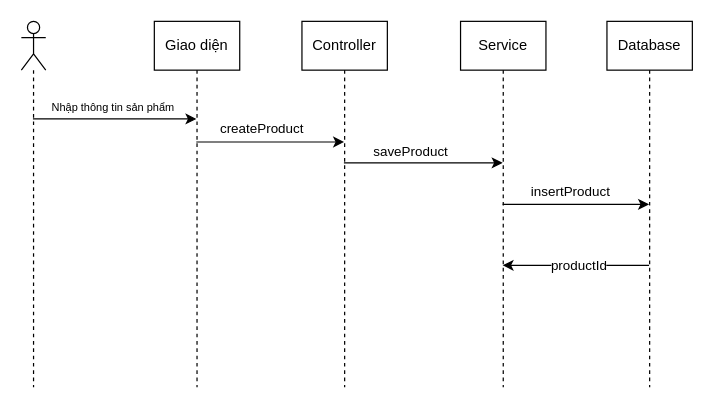
Earlier version of the draw.io diagram page "Trang-7" (7 of 7) of shitttt.drawio (Ly-Tien-Dat/doantt). Source tidied: cells renumbered, new cells numbered last; positions are measured from the earlier drawing's top-left corner, leaving out a move shared by most shapes. Both pictures are drawn from the tidied source at 122%, with x=0, y=0 at pixel (21, 21).
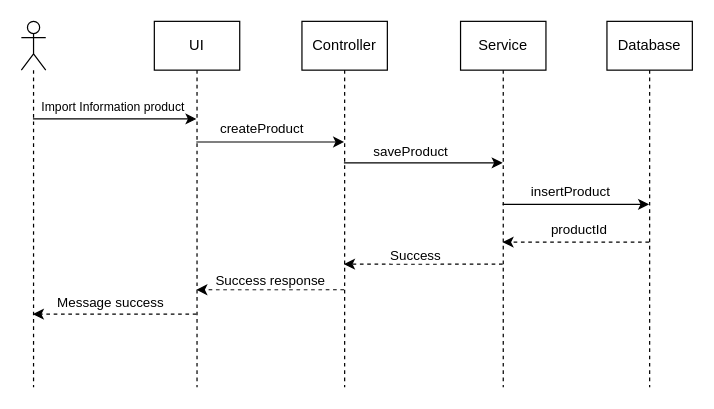
After the change.

Commit message (it also covers changes not shown here):
Cập nhật shitttt.drawio

The change refers to these unchanged cells:
```xml
<mxCell id="2" style="edgeStyle=orthogonalEdgeStyle;rounded=0;jettySize=auto;html=1;curved=0;" parent="1" edge="1" source="4" target="7">
  <mxGeometry relative="1" as="geometry">
    <Array as="points">
      <mxPoint x="70" y="80" />
      <mxPoint x="70" y="80" />
    </Array>
  </mxGeometry>
</mxCell>
<mxCell id="4" style="shape=umlLifeline;perimeter=lifelinePerimeter;whiteSpace=wrap;html=1;outlineConnect=0;portConstraint=eastwest;newEdgeStyle={&quot;curved&quot;:0,&quot;rounded&quot;:0};participant=umlActor;" parent="1" vertex="1">
  <mxGeometry width="20" height="300" as="geometry" />
</mxCell>
<mxCell id="13" value="Service" style="shape=umlLifeline;perimeter=lifelinePerimeter;whiteSpace=wrap;html=1;outlineConnect=0;portConstraint=eastwest;newEdgeStyle={&quot;curved&quot;:0,&quot;rounded&quot;:0};" parent="1" vertex="1">
  <mxGeometry x="360" width="70" height="300" as="geometry" />
</mxCell>
<mxCell id="16" value="Database" style="shape=umlLifeline;perimeter=lifelinePerimeter;whiteSpace=wrap;html=1;outlineConnect=0;portConstraint=eastwest;newEdgeStyle={&quot;curved&quot;:0,&quot;rounded&quot;:0};" parent="1" vertex="1">
  <mxGeometry x="480" width="70" height="300" as="geometry" />
</mxCell>
```

The edit, as a diff of the source:
```diff
@@
-    <mxCell id="3" value="&lt;font style=&quot;font-size: 9px;&quot;&gt;Nhập thông tin sản phẩm&lt;/font&gt;" style="edgeLabel;html=1;align=center;verticalAlign=middle;" parent="2" vertex="1">
+    <mxCell id="3" value="&lt;font size=&quot;1&quot;&gt;Import Information product&lt;/font&gt;" style="edgeLabel;html=1;align=center;verticalAlign=middle;" parent="2" vertex="1">
       <mxGeometry x="-0.03" y="-1" relative="1" as="geometry">
         <mxPoint y="-12" as="offset" />
       </mxGeometry>
     </mxCell>
@@
+    <mxCell id="17" style="edgeStyle=orthogonalEdgeStyle;rounded=0;jettySize=auto;html=1;curved=0;dashed=1;" parent="1" edge="1" source="7" target="4">
+      <mxGeometry relative="1" as="geometry">
+        <Array as="points">
+          <mxPoint x="80" y="240" />
+          <mxPoint x="80" y="240" />
+        </Array>
+      </mxGeometry>
+    </mxCell>
+    <mxCell id="18" value="Message success" style="edgeLabel;html=1;align=center;verticalAlign=middle;" parent="17" vertex="1">
+      <mxGeometry x="0.06" y="2" relative="1" as="geometry">
+        <mxPoint y="-12" as="offset" />
+      </mxGeometry>
+    </mxCell>
-    <mxCell id="7" value="Giao diện" style="shape=umlLifeline;perimeter=lifelinePerimeter;whiteSpace=wrap;html=1;outlineConnect=0;portConstraint=eastwest;newEdgeStyle={&quot;curved&quot;:0,&quot;rounded&quot;:0};" parent="1" vertex="1">
+    <mxCell id="7" value="UI" style="shape=umlLifeline;perimeter=lifelinePerimeter;whiteSpace=wrap;html=1;outlineConnect=0;portConstraint=eastwest;newEdgeStyle={&quot;curved&quot;:0,&quot;rounded&quot;:0};" parent="1" vertex="1">
       <mxGeometry x="109" width="70" height="300" as="geometry" />
     </mxCell>
@@
+    <mxCell id="19" style="edgeStyle=orthogonalEdgeStyle;rounded=0;orthogonalLoop=1;jettySize=auto;html=1;curved=0;dashed=1;" parent="1" edge="1">
+      <mxGeometry relative="1" as="geometry">
+        <mxPoint x="264.5" y="220" as="sourcePoint" />
+        <mxPoint x="143.5" y="220" as="targetPoint" />
+        <Array as="points">
+          <mxPoint x="200" y="220" />
+          <mxPoint x="200" y="220" />
+        </Array>
+      </mxGeometry>
+    </mxCell>
+    <mxCell id="20" value="Success response" style="edgeLabel;html=1;align=center;verticalAlign=middle;" parent="19" vertex="1">
+      <mxGeometry x="0.14" y="-1" relative="1" as="geometry">
+        <mxPoint x="8" y="-7" as="offset" />
+      </mxGeometry>
+    </mxCell>
@@
+    <mxCell id="21" style="edgeStyle=orthogonalEdgeStyle;rounded=0;orthogonalLoop=1;jettySize=auto;html=1;curved=0;dashed=1;" parent="1" edge="1">
+      <mxGeometry relative="1" as="geometry">
+        <mxPoint x="394.5" y="199" as="sourcePoint" />
+        <mxPoint x="264.5" y="199" as="targetPoint" />
+        <Array as="points">
+          <mxPoint x="330" y="199" />
+          <mxPoint x="330" y="199" />
+        </Array>
+      </mxGeometry>
+    </mxCell>
+    <mxCell id="22" value="Success" style="edgeLabel;html=1;align=center;verticalAlign=middle;" parent="21" vertex="1">
+      <mxGeometry x="0.1" relative="1" as="geometry">
+        <mxPoint y="-8" as="offset" />
+      </mxGeometry>
+    </mxCell>
@@
-    <mxCell id="14" style="edgeStyle=orthogonalEdgeStyle;rounded=0;jettySize=auto;html=1;curved=0;" parent="1" edge="1" source="16" target="13">
+    <mxCell id="14" style="edgeStyle=orthogonalEdgeStyle;rounded=0;orthogonalLoop=1;jettySize=auto;html=1;curved=0;dashed=1;" parent="1" edge="1">
       <mxGeometry relative="1" as="geometry">
+        <mxPoint x="514.5" y="181" as="sourcePoint" />
+        <mxPoint x="394.5" y="181" as="targetPoint" />
         <Array as="points">
-          <mxPoint x="460" y="200" />
-          <mxPoint x="460" y="200" />
+          <mxPoint x="460" y="181" />
+          <mxPoint x="460" y="181" />
         </Array>
       </mxGeometry>
     </mxCell>
     <mxCell id="15" value="productId" style="edgeLabel;html=1;align=center;verticalAlign=middle;" parent="14" vertex="1">
-      <mxGeometry x="-0.03" y="-1" relative="1" as="geometry" />
+      <mxGeometry x="-0.03" y="-1" relative="1" as="geometry">
+        <mxPoint y="-10" as="offset" />
+      </mxGeometry>
     </mxCell>
```
